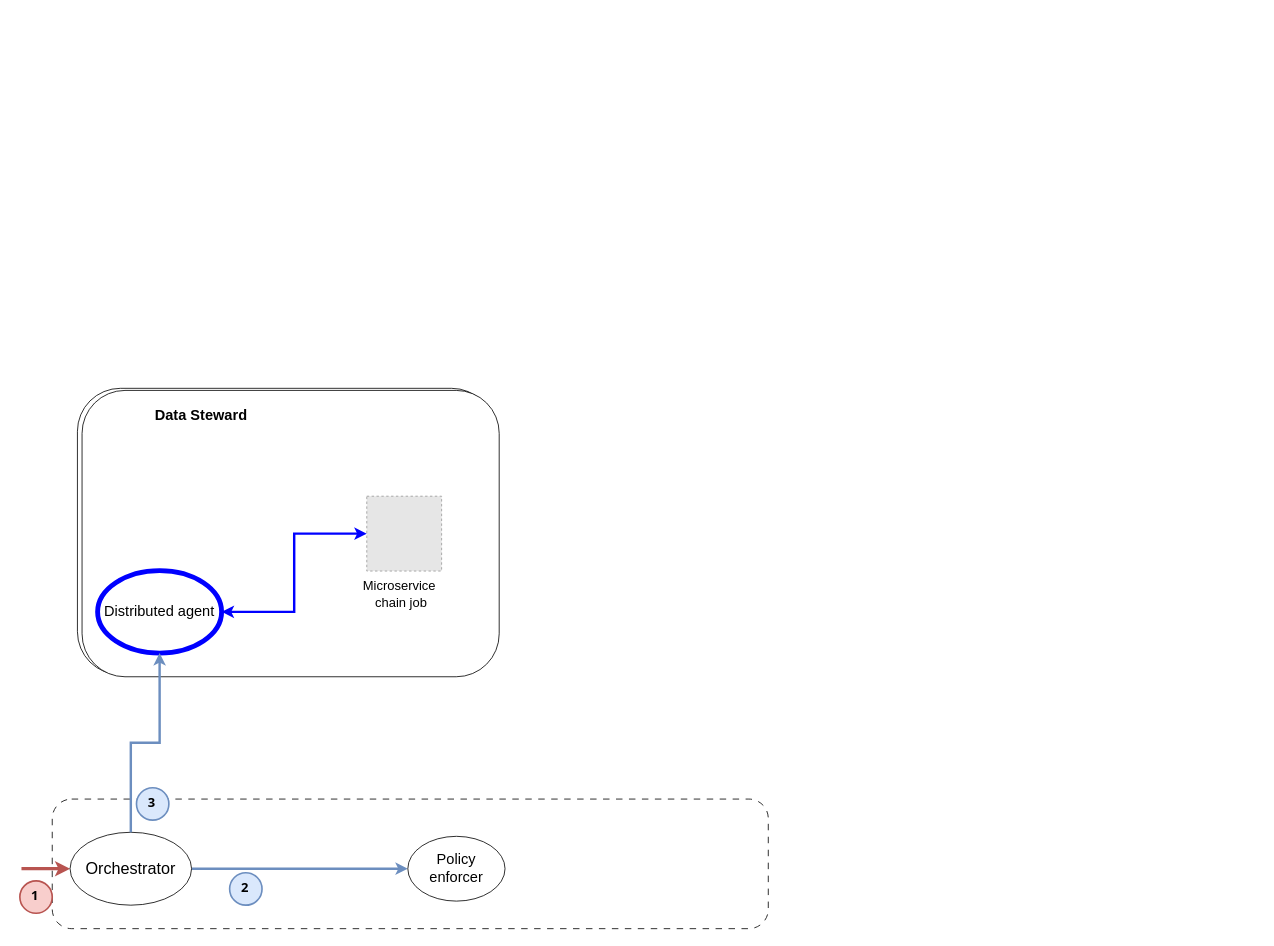
Jorrit05/DYNAMOS keeps this draw.io diagram as docs/drawio/dynamos/dynamos-generic-architecture.drawio. Above is the earlier version. Source tidied: cells renumbered, new cells numbered last; positions are measured from the earlier drawing's top-left corner, leaving out a move shared by most shapes. Both pictures are drawn from the tidied source at 81%, with x=0, y=0 at pixel (19, 388). Pictures stored in the file or linked from it are replaced by grey dashed boxes.
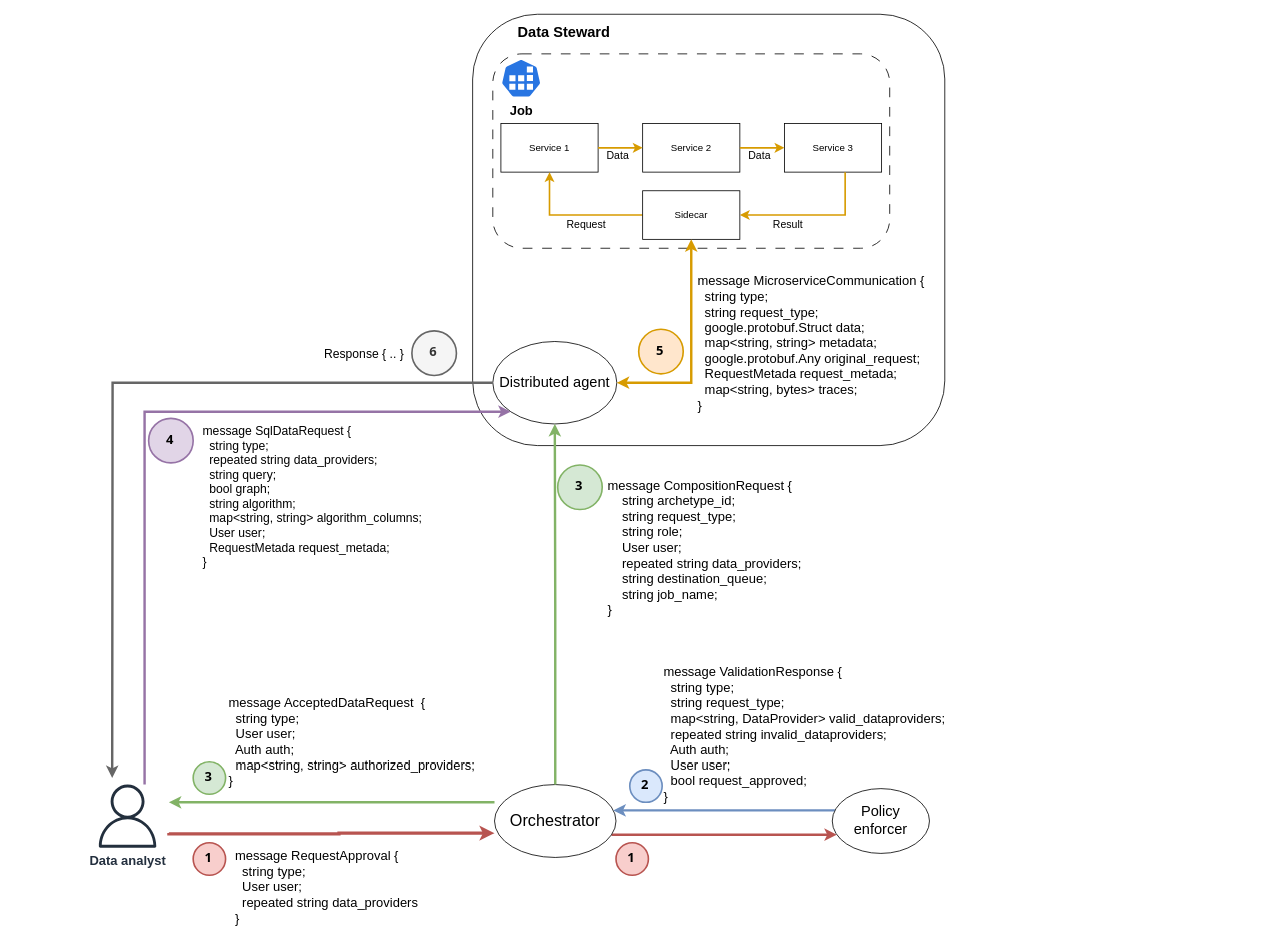
The same page after the edit.

Change to the diagram source:
```diff
@@
-    <mxCell id="2" style="rounded=1;whiteSpace=wrap;html=1;dashed=1;dashPattern=8 8;" parent="1" vertex="1">
-      <mxGeometry x="40" y="507" width="884" height="160" as="geometry" />
-    </mxCell>
-    <mxCell id="3" style="edgeStyle=orthogonalEdgeStyle;rounded=0;jettySize=auto;html=1;fillColor=#dae8fc;strokeColor=#6c8ebf;strokeWidth=3;startArrow=none;startFill=0;curved=1;" parent="1" edge="1" source="5" target="6">
-      <mxGeometry relative="1" as="geometry" />
+    <mxCell id="3" style="edgeStyle=orthogonalEdgeStyle;rounded=0;jettySize=auto;html=1;fillColor=#f8cecc;strokeColor=#b85450;strokeWidth=3;startArrow=none;startFill=0;curved=1;" parent="1" edge="1" source="5" target="6">
+      <mxGeometry relative="1" as="geometry">
+        <Array as="points">
+          <mxPoint x="864" y="551" />
+          <mxPoint x="864" y="551" />
+        </Array>
+      </mxGeometry>
     </mxCell>
-    <mxCell id="4" style="edgeStyle=orthogonalEdgeStyle;rounded=0;jettySize=auto;html=1;fillColor=#f8cecc;strokeColor=#b85450;startArrow=classic;startFill=1;endArrow=none;endFill=0;strokeWidth=4;" parent="1" edge="1" source="5">
+    <mxCell id="4" style="edgeStyle=orthogonalEdgeStyle;rounded=0;orthogonalLoop=1;jettySize=auto;html=1;fillColor=#f8cecc;strokeColor=#b85450;startArrow=classic;startFill=1;endArrow=none;endFill=0;strokeWidth=4;" parent="1" edge="1">
       <mxGeometry relative="1" as="geometry">
-        <mxPoint x="2" y="593" as="targetPoint" />
+        <mxPoint x="586" y="549.1" as="sourcePoint" />
+        <mxPoint x="184" y="549" as="targetPoint" />
+        <Array as="points">
+          <mxPoint x="394" y="549.1" />
+          <mxPoint x="214" y="550.1" />
+        </Array>
       </mxGeometry>
     </mxCell>
+    <mxCell id="21" style="edgeStyle=orthogonalEdgeStyle;rounded=0;orthogonalLoop=1;jettySize=auto;html=1;fillColor=#d5e8d4;strokeColor=#82b366;strokeWidth=3;" parent="1" edge="1">
+      <mxGeometry relative="1" as="geometry">
+        <mxPoint x="586" y="511" as="sourcePoint" />
+        <mxPoint x="184" y="511" as="targetPoint" />
+      </mxGeometry>
+    </mxCell>
     <mxCell id="5" value="&lt;font style=&quot;font-size: 20px;&quot;&gt;Orchestrator&lt;/font&gt;" style="ellipse;whiteSpace=wrap;html=1;fontSize=18;strokeColor=#000000;strokeWidth=1;" parent="1" vertex="1">
-      <mxGeometry x="62" y="548" width="150" height="90" as="geometry" />
+      <mxGeometry x="586" y="489.1" width="150" height="90" as="geometry" />
     </mxCell>
+    <mxCell id="22" style="edgeStyle=orthogonalEdgeStyle;rounded=0;jettySize=auto;html=1;fillColor=#dae8fc;strokeColor=#6c8ebf;strokeWidth=3;" parent="1" edge="1" source="6" target="5">
+      <mxGeometry relative="1" as="geometry">
+        <Array as="points">
+          <mxPoint x="874" y="521" />
+          <mxPoint x="874" y="521" />
+        </Array>
+      </mxGeometry>
+    </mxCell>
     <mxCell id="6" value="&lt;font style=&quot;font-size: 18px;&quot;&gt;Policy enforcer&lt;/font&gt;" style="ellipse;whiteSpace=wrap;html=1;fontSize=18;" parent="1" vertex="1">
-      <mxGeometry x="479" y="553" width="120" height="80" as="geometry" />
+      <mxGeometry x="1003" y="494.1" width="120" height="80" as="geometry" />
     </mxCell>
     <mxCell id="7" style="group;fillColor=none;strokeColor=none;" parent="1" vertex="1">
-      <mxGeometry x="84" y="11" width="515" height="353.5" as="geometry" />
+      <mxGeometry x="571.9" y="-327.9" width="960" height="353.5" as="geometry" />
     </mxCell>
     <mxCell id="8" style="rounded=1;whiteSpace=wrap;html=1;fontSize=18;" parent="7" vertex="1">
-      <mxGeometry x="-12.9" y="-11.1" width="515" height="353.5" as="geometry" />
+      <mxGeometry x="-12.9" y="-134" width="582.9" height="532.5" as="geometry" />
     </mxCell>
-    <mxCell id="9" style="group;fillColor=none;strokeColor=none;" parent="7" vertex="1">
-      <mxGeometry width="515" height="353.5" as="geometry" />
-    </mxCell>
-    <mxCell id="10" style="edgeStyle=orthogonalEdgeStyle;rounded=0;orthogonalLoop=1;jettySize=auto;html=1;entryX=0;entryY=0.5;entryDx=0;entryDy=0;startArrow=classic;startFill=1;fillColor=#dae8fc;strokeColor=#0000FF;strokeWidth=3;" parent="9" edge="1">
-      <mxGeometry relative="1" as="geometry">
-        <mxPoint x="171.7" y="168.9" as="sourcePoint" />
-      </mxGeometry>
-    </mxCell>
-    <mxCell id="11" style="rounded=1;whiteSpace=wrap;html=1;fontSize=18;" parent="9" vertex="1">
-      <mxGeometry x="-7.2" y="-8.5" width="515" height="353.5" as="geometry" />
-    </mxCell>
-    <mxCell id="12" style="fillColor=#E6E6E6;strokeColor=#999999;dashed=1;" parent="9" vertex="1">
-      <mxGeometry x="344.3" y="122.1" width="92.4" height="92.4" as="geometry" />
-    </mxCell>
-    <mxCell id="13" value="&lt;font style=&quot;font-size: 16px;&quot;&gt;Microservice&amp;nbsp; chain job&lt;/font&gt;" style="text;html=1;strokeColor=none;fillColor=none;align=center;verticalAlign=middle;whiteSpace=wrap;rounded=0;" parent="9" vertex="1">
-      <mxGeometry x="344.3" y="223" width="85.8" height="39.3" as="geometry" />
-    </mxCell>
-    <mxCell id="14" value="&lt;b style=&quot;font-size: 18px;&quot;&gt;Data Steward&lt;br&gt;&lt;/b&gt;" style="text;html=1;strokeColor=none;fillColor=none;align=center;verticalAlign=middle;whiteSpace=wrap;rounded=0;fontSize=18;" parent="7" vertex="1">
-      <mxGeometry x="12" width="256.4" height="45.6" as="geometry" />
-    </mxCell>
-    <mxCell id="15" style="edgeStyle=orthogonalEdgeStyle;rounded=0;jettySize=auto;html=1;entryX=0;entryY=0.5;entryDx=0;entryDy=0;startArrow=classic;startFill=1;fillColor=#dae8fc;strokeColor=#0000FF;strokeWidth=3;" parent="7" edge="1" source="16" target="12">
-      <mxGeometry relative="1" as="geometry" />
-    </mxCell>
-    <mxCell id="16" value="&lt;font style=&quot;font-size: 18px;&quot;&gt;Distributed agent&lt;br&gt;&lt;/font&gt;" style="ellipse;whiteSpace=wrap;html=1;fontSize=18;strokeColor=#0000FF;strokeWidth=6;" parent="7" vertex="1">
-      <mxGeometry x="12" y="214" width="153.1" height="101.8" as="geometry" />
+    <mxCell id="16" value="&lt;font style=&quot;font-size: 18px;&quot;&gt;Distributed agent&lt;br&gt;&lt;/font&gt;" style="ellipse;whiteSpace=wrap;html=1;fontSize=18;strokeColor=default;strokeWidth=1;" parent="7" vertex="1">
+      <mxGeometry x="12" y="270" width="153.1" height="101.8" as="geometry" />
     </mxCell>
+    <mxCell id="23" style="group;" parent="7" vertex="1">
+      <mxGeometry x="12" y="-85.1" width="490" height="240" as="geometry" />
+    </mxCell>
+    <mxCell id="24" style="rounded=1;whiteSpace=wrap;html=1;dashed=1;dashPattern=12 12;" parent="23" vertex="1">
+      <mxGeometry width="490" height="240" as="geometry" />
+    </mxCell>
+    <mxCell id="25" value="&lt;b&gt;&lt;font style=&quot;font-size: 16px;&quot;&gt;Job&lt;/font&gt;&lt;/b&gt;" style="sketch=0;html=1;dashed=0;whitespace=wrap;fillColor=#2875E2;strokeColor=#ffffff;verticalLabelPosition=bottom;align=center;verticalAlign=top;shape=mxgraph.kubernetes.icon;prIcon=job;" parent="23" vertex="1">
+      <mxGeometry x="10" y="6" width="50" height="48" as="geometry" />
+    </mxCell>
+    <mxCell id="26" value="Service 1" style="rounded=0;whiteSpace=wrap;html=1;" parent="23" vertex="1">
+      <mxGeometry x="10" y="86" width="120" height="60" as="geometry" />
+    </mxCell>
+    <mxCell id="27" value="Service 2" style="rounded=0;whiteSpace=wrap;html=1;" parent="23" vertex="1">
+      <mxGeometry x="185" y="86" width="120" height="60" as="geometry" />
+    </mxCell>
+    <mxCell id="28" style="edgeStyle=orthogonalEdgeStyle;rounded=0;jettySize=auto;html=1;entryX=0;entryY=0.5;entryDx=0;entryDy=0;fillColor=#ffe6cc;strokeColor=#d79b00;strokeWidth=2;" parent="23" edge="1" source="26" target="27">
+      <mxGeometry relative="1" as="geometry" />
+    </mxCell>
+    <mxCell id="29" value="Data" style="edgeLabel;html=1;align=center;verticalAlign=middle;fontSize=13;" parent="28" vertex="1">
+      <mxGeometry x="0.03" y="-1" relative="1" as="geometry">
+        <mxPoint x="-4" y="7" as="offset" />
+      </mxGeometry>
+    </mxCell>
+    <mxCell id="30" value="Service 3" style="rounded=0;whiteSpace=wrap;html=1;" parent="23" vertex="1">
+      <mxGeometry x="360" y="86" width="120" height="60" as="geometry" />
+    </mxCell>
+    <mxCell id="31" style="edgeStyle=orthogonalEdgeStyle;rounded=0;jettySize=auto;html=1;entryX=0;entryY=0.5;entryDx=0;entryDy=0;fillColor=#ffe6cc;strokeColor=#d79b00;strokeWidth=2;" parent="23" edge="1" source="27" target="30">
+      <mxGeometry relative="1" as="geometry" />
+    </mxCell>
+    <mxCell id="32" value="Data" style="edgeLabel;html=1;align=center;verticalAlign=middle;fontSize=13;" parent="31" vertex="1">
+      <mxGeometry x="0.05" y="-1" relative="1" as="geometry">
+        <mxPoint x="-5" y="7" as="offset" />
+      </mxGeometry>
+    </mxCell>
+    <mxCell id="33" style="edgeStyle=orthogonalEdgeStyle;rounded=0;jettySize=auto;html=1;fillColor=#ffe6cc;strokeColor=#d79b00;strokeWidth=2;" parent="23" edge="1" source="35" target="26">
+      <mxGeometry relative="1" as="geometry" />
+    </mxCell>
+    <mxCell id="34" value="Request" style="edgeLabel;html=1;align=center;verticalAlign=middle;fontSize=13;" parent="33" vertex="1">
+      <mxGeometry x="-0.3" relative="1" as="geometry">
+        <mxPoint x="-11" y="11" as="offset" />
+      </mxGeometry>
+    </mxCell>
+    <mxCell id="35" value="Sidecar" style="rounded=0;whiteSpace=wrap;html=1;" parent="23" vertex="1">
+      <mxGeometry x="185" y="169" width="120" height="60" as="geometry" />
+    </mxCell>
+    <mxCell id="36" style="edgeStyle=orthogonalEdgeStyle;rounded=0;jettySize=auto;html=1;entryX=1;entryY=0.5;entryDx=0;entryDy=0;fillColor=#ffe6cc;strokeColor=#d79b00;strokeWidth=2;" parent="23" edge="1" source="30" target="35">
+      <mxGeometry relative="1" as="geometry">
+        <Array as="points">
+          <mxPoint x="435" y="199" />
+        </Array>
+      </mxGeometry>
+    </mxCell>
+    <mxCell id="37" value="Result" style="edgeLabel;html=1;align=center;verticalAlign=middle;fontSize=13;" parent="36" vertex="1">
+      <mxGeometry x="0.36" y="-1" relative="1" as="geometry">
+        <mxPoint y="12" as="offset" />
+      </mxGeometry>
+    </mxCell>
+    <mxCell id="38" style="edgeStyle=orthogonalEdgeStyle;rounded=0;jettySize=auto;html=1;fillColor=#ffe6cc;strokeColor=#d79b00;strokeWidth=3;startArrow=classic;startFill=1;" parent="7" edge="1" source="16" target="35">
+      <mxGeometry relative="1" as="geometry" />
+    </mxCell>
+    <mxCell id="39" value="&lt;div style=&quot;font-size: 16px;&quot;&gt;&lt;div&gt;message MicroserviceCommunication {&lt;/div&gt;&lt;div&gt;&amp;nbsp; string type;&lt;/div&gt;&lt;div&gt;&amp;nbsp; string request_type;&lt;/div&gt;&lt;div&gt;&amp;nbsp; google.protobuf.Struct data;&lt;/div&gt;&lt;div&gt;&amp;nbsp; map&amp;lt;string, string&amp;gt; metadata;&lt;/div&gt;&lt;div&gt;&amp;nbsp; google.protobuf.Any original_request;&lt;/div&gt;&lt;div&gt;&amp;nbsp; RequestMetada request_metada;&lt;/div&gt;&lt;div&gt;&amp;nbsp; map&amp;lt;string, bytes&amp;gt; traces;&lt;/div&gt;&lt;div&gt;}&lt;/div&gt;&lt;/div&gt;" style="text;html=1;strokeColor=none;fillColor=none;align=left;verticalAlign=middle;whiteSpace=wrap;rounded=0;fontSize=16;" parent="7" vertex="1">
+      <mxGeometry x="263.1" y="194.9" width="317.9" height="153.2" as="geometry" />
+    </mxCell>
+    <mxCell id="40" value="&lt;span style=&quot;font-size: 16px;&quot;&gt;&lt;b&gt;5&lt;/b&gt;&lt;/span&gt;" style="ellipse;whiteSpace=wrap;html=1;strokeWidth=2;fontFamily=Tahoma;spacingBottom=4;spacingRight=2;strokeColor=#d79b00;fillColor=#ffe6cc;" parent="7" vertex="1">
+      <mxGeometry x="192.1" y="254.9" width="55" height="55" as="geometry" />
+    </mxCell>
-    <mxCell id="17" style="edgeStyle=orthogonalEdgeStyle;rounded=0;jettySize=auto;html=1;entryX=0.5;entryY=1;entryDx=0;entryDy=0;fillColor=#dae8fc;strokeColor=#6c8ebf;strokeWidth=3;" parent="1" edge="1" source="5" target="16">
+    <mxCell id="17" style="edgeStyle=orthogonalEdgeStyle;rounded=0;jettySize=auto;html=1;entryX=0.5;entryY=1;entryDx=0;entryDy=0;fillColor=#d5e8d4;strokeColor=#82b366;strokeWidth=3;" parent="1" edge="1" source="5" target="16">
       <mxGeometry relative="1" as="geometry" />
     </mxCell>
-    <mxCell id="18" value="&lt;b&gt;&lt;font style=&quot;font-size: 16px;&quot;&gt;2&lt;/font&gt;&lt;/b&gt;" style="ellipse;whiteSpace=wrap;html=1;strokeWidth=2;fontFamily=Tahoma;spacingBottom=4;spacingRight=2;strokeColor=#6c8ebf;fillColor=#dae8fc;" parent="1" vertex="1">
-      <mxGeometry x="259" y="598" width="40" height="40" as="geometry" />
+    <mxCell id="18" value="&lt;b&gt;&lt;font style=&quot;font-size: 16px;&quot;&gt;1&lt;/font&gt;&lt;/b&gt;" style="ellipse;whiteSpace=wrap;html=1;strokeWidth=2;fontFamily=Tahoma;spacingBottom=4;spacingRight=2;strokeColor=#b85450;fillColor=#f8cecc;" parent="1" vertex="1">
+      <mxGeometry x="736" y="561" width="40" height="40" as="geometry" />
     </mxCell>
-    <mxCell id="19" value="&lt;b&gt;&lt;font style=&quot;font-size: 16px;&quot;&gt;3&lt;/font&gt;&lt;/b&gt;" style="ellipse;whiteSpace=wrap;html=1;strokeWidth=2;fontFamily=Tahoma;spacingBottom=4;spacingRight=2;strokeColor=#6c8ebf;fillColor=#dae8fc;" parent="1" vertex="1">
-      <mxGeometry x="144" y="493" width="40" height="40" as="geometry" />
+    <mxCell id="19" value="&lt;b&gt;&lt;font style=&quot;font-size: 16px;&quot;&gt;2&lt;/font&gt;&lt;/b&gt;" style="ellipse;whiteSpace=wrap;html=1;strokeWidth=2;fontFamily=Tahoma;spacingBottom=4;spacingRight=2;strokeColor=#6c8ebf;fillColor=#dae8fc;" parent="1" vertex="1">
+      <mxGeometry x="753" y="471" width="40" height="40" as="geometry" />
     </mxCell>
     <mxCell id="20" value="&lt;b&gt;&lt;font style=&quot;font-size: 16px;&quot;&gt;1&lt;/font&gt;&lt;/b&gt;" style="ellipse;whiteSpace=wrap;html=1;strokeWidth=2;fontFamily=Tahoma;spacingBottom=4;spacingRight=2;strokeColor=#b85450;fillColor=#f8cecc;" parent="1" vertex="1">
-      <mxGeometry y="608" width="40" height="40" as="geometry" />
+      <mxGeometry x="214" y="561" width="40" height="40" as="geometry" />
     </mxCell>
+    <mxCell id="41" style="edgeStyle=orthogonalEdgeStyle;rounded=0;jettySize=auto;html=1;entryX=0;entryY=1;entryDx=0;entryDy=0;fillColor=#e1d5e7;strokeColor=#9673a6;strokeWidth=3;" parent="1" edge="1" source="42" target="16">
+      <mxGeometry relative="1" as="geometry">
+        <Array as="points">
+          <mxPoint x="154" y="29" />
+        </Array>
+      </mxGeometry>
+    </mxCell>
+    <mxCell id="42" value="&lt;font style=&quot;font-size: 16px;&quot;&gt;&lt;b&gt;Data analyst&lt;/b&gt;&lt;/font&gt;" style="sketch=0;outlineConnect=0;fontColor=#232F3E;gradientColor=none;fillColor=#232F3D;strokeColor=none;dashed=0;verticalLabelPosition=bottom;verticalAlign=top;align=center;html=1;fontSize=12;fontStyle=0;shape=mxgraph.aws4.user;" parent="1" vertex="1">
+      <mxGeometry x="94" y="489.1" width="78" height="78" as="geometry" />
+    </mxCell>
+    <mxCell id="43" value="message RequestApproval {&#10;  string type;&#10;  User user;&#10;  repeated string data_providers&#10;}" style="text;whiteSpace=wrap;fontStyle=0;fontSize=16;" parent="1" vertex="1">
+      <mxGeometry x="264" y="561" width="230" height="110" as="geometry" />
+    </mxCell>
+    <mxCell id="44" value="message ValidationResponse {&#10;  string type;&#10;  string request_type;&#10;  map&lt;string, DataProvider&gt; valid_dataproviders;&#10;  repeated string invalid_dataproviders;&#10;  Auth auth;&#10;  User user;&#10;  bool request_approved;&#10;}" style="text;whiteSpace=wrap;fontSize=16;" parent="1" vertex="1">
+      <mxGeometry x="793" y="334.1" width="360" height="160" as="geometry" />
+    </mxCell>
+    <mxCell id="45" value="&lt;b&gt;&lt;font style=&quot;font-size: 16px;&quot;&gt;3&lt;/font&gt;&lt;/b&gt;" style="ellipse;whiteSpace=wrap;html=1;strokeWidth=2;fontFamily=Tahoma;spacingBottom=4;spacingRight=2;strokeColor=#82b366;fillColor=#d5e8d4;" parent="1" vertex="1">
+      <mxGeometry x="214" y="461" width="40" height="40" as="geometry" />
+    </mxCell>
+    <mxCell id="46" value="&lt;div style=&quot;font-size: 16px;&quot;&gt;&lt;font style=&quot;font-size: 16px;&quot;&gt;message AcceptedDataRequest&amp;nbsp; {&lt;/font&gt;&lt;/div&gt;&lt;div style=&quot;font-size: 16px;&quot;&gt;&lt;font style=&quot;font-size: 16px;&quot;&gt;&amp;nbsp; string type;&lt;/font&gt;&lt;/div&gt;&lt;div style=&quot;font-size: 16px;&quot;&gt;&lt;font style=&quot;font-size: 16px;&quot;&gt;&amp;nbsp; User user;&lt;/font&gt;&lt;/div&gt;&lt;div style=&quot;font-size: 16px;&quot;&gt;&lt;font style=&quot;font-size: 16px;&quot;&gt;&amp;nbsp; Auth auth;&lt;/font&gt;&lt;/div&gt;&lt;div style=&quot;font-size: 16px;&quot;&gt;&lt;font style=&quot;font-size: 16px;&quot;&gt;&amp;nbsp; map&amp;lt;string, string&amp;gt; authorized_providers;&lt;/font&gt;&lt;/div&gt;&lt;div style=&quot;font-size: 16px;&quot;&gt;&lt;span style=&quot;background-color: initial;&quot;&gt;}&lt;/span&gt;&lt;br&gt;&lt;/div&gt;" style="text;html=1;align=left;verticalAlign=middle;strokeColor=none;fillColor=none;" parent="1" vertex="1">
+      <mxGeometry x="256" y="371" width="330" height="130" as="geometry" />
+    </mxCell>
+    <mxCell id="47" value="&lt;div style=&quot;font-size: 16px;&quot;&gt;&lt;font style=&quot;font-size: 16px;&quot;&gt;&lt;br&gt;&lt;/font&gt;&lt;/div&gt;&lt;div style=&quot;font-size: 16px;&quot;&gt;&lt;font style=&quot;font-size: 16px;&quot;&gt;message CompositionRequest {&lt;/font&gt;&lt;/div&gt;&lt;div style=&quot;font-size: 16px;&quot;&gt;&lt;font style=&quot;font-size: 16px;&quot;&gt;&amp;nbsp; &amp;nbsp; string archetype_id;&lt;/font&gt;&lt;/div&gt;&lt;div style=&quot;font-size: 16px;&quot;&gt;&lt;font style=&quot;font-size: 16px;&quot;&gt;&amp;nbsp; &amp;nbsp; string request_type;&lt;/font&gt;&lt;/div&gt;&lt;div style=&quot;font-size: 16px;&quot;&gt;&lt;font style=&quot;font-size: 16px;&quot;&gt;&amp;nbsp; &amp;nbsp; string role;&lt;/font&gt;&lt;/div&gt;&lt;div style=&quot;font-size: 16px;&quot;&gt;&lt;font style=&quot;font-size: 16px;&quot;&gt;&amp;nbsp; &amp;nbsp; User user;&lt;/font&gt;&lt;/div&gt;&lt;div style=&quot;font-size: 16px;&quot;&gt;&lt;font style=&quot;font-size: 16px;&quot;&gt;&amp;nbsp; &amp;nbsp; repeated string data_providers;&lt;/font&gt;&lt;/div&gt;&lt;div style=&quot;font-size: 16px;&quot;&gt;&lt;font style=&quot;font-size: 16px;&quot;&gt;&amp;nbsp; &amp;nbsp; string destination_queue;&lt;/font&gt;&lt;/div&gt;&lt;div style=&quot;font-size: 16px;&quot;&gt;&lt;font style=&quot;font-size: 16px;&quot;&gt;&amp;nbsp; &amp;nbsp; string job_name;&lt;/font&gt;&lt;/div&gt;&lt;div style=&quot;font-size: 16px;&quot;&gt;&lt;font style=&quot;font-size: 16px;&quot;&gt;}&lt;/font&gt;&lt;/div&gt;" style="text;html=1;align=left;verticalAlign=middle;strokeColor=none;fillColor=none;" parent="1" vertex="1">
+      <mxGeometry x="724" y="81.6" width="260" height="210" as="geometry" />
+    </mxCell>
+    <mxCell id="48" value="&lt;b&gt;&lt;font style=&quot;font-size: 16px;&quot;&gt;3&lt;/font&gt;&lt;/b&gt;" style="ellipse;whiteSpace=wrap;html=1;strokeWidth=2;fontFamily=Tahoma;spacingBottom=4;spacingRight=2;strokeColor=#82b366;fillColor=#d5e8d4;" parent="1" vertex="1">
+      <mxGeometry x="664" y="94.5" width="55" height="55" as="geometry" />
+    </mxCell>
+    <mxCell id="49" value="&lt;span style=&quot;font-size: 16px;&quot;&gt;&lt;b&gt;4&lt;/b&gt;&lt;/span&gt;" style="ellipse;whiteSpace=wrap;html=1;strokeWidth=2;fontFamily=Tahoma;spacingBottom=4;spacingRight=2;strokeColor=#9673a6;fillColor=#e1d5e7;" parent="1" vertex="1">
+      <mxGeometry x="159" y="37" width="55" height="55" as="geometry" />
+    </mxCell>
+    <mxCell id="50" value="message SqlDataRequest {&#10;  string type;&#10;  repeated string data_providers;&#10;  string query;&#10;  bool graph;&#10;  string algorithm;&#10;  map&lt;string, string&gt; algorithm_columns;&#10;  User user;&#10;  RequestMetada request_metada;&#10;}" style="text;whiteSpace=wrap;fontSize=15;" parent="1" vertex="1">
+      <mxGeometry x="224" y="37" width="350" height="170" as="geometry" />
+    </mxCell>
+    <mxCell id="51" style="edgeStyle=orthogonalEdgeStyle;rounded=0;jettySize=auto;html=1;strokeWidth=3;fillColor=#f5f5f5;strokeColor=#666666;" parent="1" edge="1" source="16">
+      <mxGeometry relative="1" as="geometry">
+        <mxPoint x="114" y="481" as="targetPoint" />
+      </mxGeometry>
+    </mxCell>
+    <mxCell id="52" value="&lt;span style=&quot;font-size: 16px;&quot;&gt;&lt;b&gt;6&lt;/b&gt;&lt;/span&gt;" style="ellipse;whiteSpace=wrap;html=1;strokeWidth=2;fontFamily=Tahoma;spacingBottom=4;spacingRight=2;strokeColor=#666666;fillColor=#f5f5f5;fontColor=#333333;" parent="1" vertex="1">
+      <mxGeometry x="484" y="-71" width="55" height="55" as="geometry" />
+    </mxCell>
+    <mxCell id="53" value="Response { .. }" style="text;whiteSpace=wrap;fontSize=15;" parent="1" vertex="1">
+      <mxGeometry x="374" y="-58.5" width="120" height="30" as="geometry" />
+    </mxCell>
+    <mxCell id="14" value="&lt;b style=&quot;font-size: 18px;&quot;&gt;Data Steward&lt;br&gt;&lt;/b&gt;" style="text;html=1;strokeColor=none;fillColor=none;align=center;verticalAlign=middle;whiteSpace=wrap;rounded=0;fontSize=18;" parent="1" vertex="1">
+      <mxGeometry x="544" y="-461.9" width="256.4" height="45.6" as="geometry" />
+    </mxCell>
```
